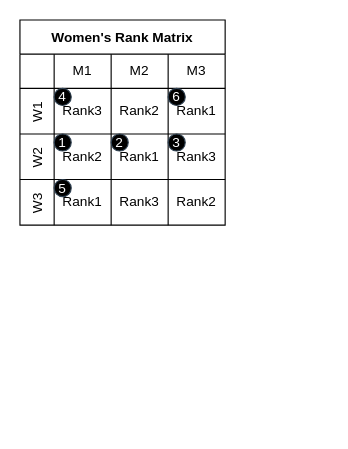
The draw.io diagram AccessPattern.drawio in victorliu-sq/BambooSMP-Figures, before the edit. Source tidied: cells renumbered, new cells numbered last; positions are measured from the earlier drawing's top-left corner, leaving out a move shared by most shapes. Both pictures are drawn from the tidied source at 114%, with x=0, y=0 at pixel (19, 19).
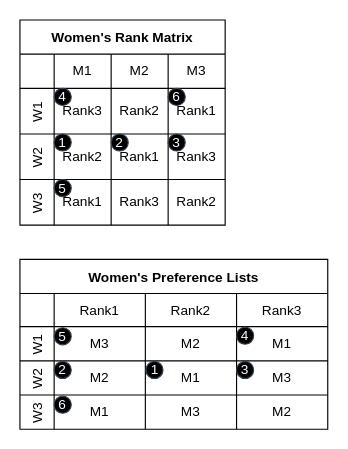
After the change.

Change to the diagram source:
```diff
@@
+    <mxCell id="25" value="Women's Preference Lists" style="shape=table;startSize=30;childLayout=tableLayout;resizeLastRow=0;fontStyle=1;fontSize=12;" parent="1" vertex="1">
+      <mxGeometry y="210" width="270" height="149" as="geometry" />
+    </mxCell>
+    <mxCell id="26" style="shape=tableRow;horizontal=0;startSize=30;swimlaneHead=0;swimlaneBody=0;strokeColor=inherit;top=0;left=0;bottom=0;right=0;fillColor=none;" parent="25" vertex="1">
+      <mxGeometry y="30" width="270" height="29" as="geometry" />
+    </mxCell>
+    <mxCell id="27" value="Rank1" style="shape=partialRectangle;html=1;whiteSpace=wrap;strokeColor=inherit;overflow=hidden;fillColor=none;top=0;left=0;bottom=0;right=0;" parent="26" vertex="1">
+      <mxGeometry x="30" width="80" height="29" as="geometry" />
+    </mxCell>
+    <mxCell id="28" value="Rank2" style="shape=partialRectangle;html=1;whiteSpace=wrap;strokeColor=inherit;overflow=hidden;fillColor=none;top=0;left=0;bottom=0;right=0;" parent="26" vertex="1">
+      <mxGeometry x="110" width="80" height="29" as="geometry" />
+    </mxCell>
+    <mxCell id="29" value="Rank3" style="shape=partialRectangle;html=1;whiteSpace=wrap;strokeColor=inherit;overflow=hidden;fillColor=none;top=0;left=0;bottom=0;right=0;strokeWidth=1;" parent="26" vertex="1">
+      <mxGeometry x="190" width="80" height="29" as="geometry" />
+    </mxCell>
+    <mxCell id="30" value="W1" style="shape=tableRow;horizontal=0;startSize=30;swimlaneHead=0;swimlaneBody=0;strokeColor=inherit;top=0;left=0;bottom=0;right=0;fillColor=none;" parent="25" vertex="1">
+      <mxGeometry y="59" width="270" height="30" as="geometry" />
+    </mxCell>
+    <mxCell id="31" value="M3" style="shape=partialRectangle;html=1;whiteSpace=wrap;strokeColor=inherit;overflow=hidden;fillColor=none;top=0;left=0;bottom=0;right=0;" parent="30" vertex="1">
+      <mxGeometry x="30" width="80" height="30" as="geometry" />
+    </mxCell>
+    <mxCell id="32" value="M2" style="shape=partialRectangle;html=1;whiteSpace=wrap;strokeColor=inherit;overflow=hidden;fillColor=none;top=0;left=0;bottom=0;right=0;" parent="30" vertex="1">
+      <mxGeometry x="110" width="80" height="30" as="geometry" />
+    </mxCell>
+    <mxCell id="33" value="M1" style="shape=partialRectangle;html=1;whiteSpace=wrap;strokeColor=inherit;overflow=hidden;fillColor=none;top=0;left=0;bottom=0;right=0;" parent="30" vertex="1">
+      <mxGeometry x="190" width="80" height="30" as="geometry" />
+    </mxCell>
+    <mxCell id="34" value="W2" style="shape=tableRow;horizontal=0;startSize=30;swimlaneHead=0;swimlaneBody=0;strokeColor=inherit;top=0;left=0;bottom=0;right=0;fillColor=none;" parent="25" vertex="1">
+      <mxGeometry y="89" width="270" height="30" as="geometry" />
+    </mxCell>
+    <mxCell id="35" value="M2" style="shape=partialRectangle;html=1;whiteSpace=wrap;strokeColor=inherit;overflow=hidden;fillColor=none;top=0;left=0;bottom=0;right=0;" parent="34" vertex="1">
+      <mxGeometry x="30" width="80" height="30" as="geometry" />
+    </mxCell>
+    <mxCell id="36" value="M1" style="shape=partialRectangle;html=1;whiteSpace=wrap;strokeColor=inherit;overflow=hidden;fillColor=none;top=0;left=0;bottom=0;right=0;" parent="34" vertex="1">
+      <mxGeometry x="110" width="80" height="30" as="geometry" />
+    </mxCell>
+    <mxCell id="37" value="M3" style="shape=partialRectangle;html=1;whiteSpace=wrap;strokeColor=inherit;overflow=hidden;fillColor=none;top=0;left=0;bottom=0;right=0;" parent="34" vertex="1">
+      <mxGeometry x="190" width="80" height="30" as="geometry" />
+    </mxCell>
+    <mxCell id="38" value="W3" style="shape=tableRow;horizontal=0;startSize=30;swimlaneHead=0;swimlaneBody=0;strokeColor=inherit;top=0;left=0;bottom=0;right=0;fillColor=none;" parent="25" vertex="1">
+      <mxGeometry y="119" width="270" height="30" as="geometry" />
+    </mxCell>
+    <mxCell id="39" value="M1" style="shape=partialRectangle;html=1;whiteSpace=wrap;strokeColor=inherit;overflow=hidden;fillColor=none;top=0;left=0;bottom=0;right=0;" parent="38" vertex="1">
+      <mxGeometry x="30" width="80" height="30" as="geometry" />
+    </mxCell>
+    <mxCell id="40" value="M3" style="shape=partialRectangle;html=1;whiteSpace=wrap;strokeColor=inherit;overflow=hidden;fillColor=none;top=0;left=0;bottom=0;right=0;" parent="38" vertex="1">
+      <mxGeometry x="110" width="80" height="30" as="geometry" />
+    </mxCell>
+    <mxCell id="41" value="M2" style="shape=partialRectangle;html=1;whiteSpace=wrap;strokeColor=inherit;overflow=hidden;fillColor=none;top=0;left=0;bottom=0;right=0;" parent="38" vertex="1">
+      <mxGeometry x="190" width="80" height="30" as="geometry" />
+    </mxCell>
+    <mxCell id="42" value="2" style="ellipse;whiteSpace=wrap;html=1;strokeColor=#314354;align=center;verticalAlign=middle;fontFamily=Helvetica;fontSize=12;fillColor=#000000;fontColor=#ffffff;" parent="1" vertex="1">
+      <mxGeometry x="30" y="299.5" width="15" height="15" as="geometry" />
+    </mxCell>
+    <mxCell id="43" value="1" style="ellipse;whiteSpace=wrap;html=1;strokeColor=#314354;align=center;verticalAlign=middle;fontFamily=Helvetica;fontSize=12;fillColor=#000000;fontColor=#ffffff;" parent="1" vertex="1">
+      <mxGeometry x="110.5" y="299.5" width="15" height="15" as="geometry" />
+    </mxCell>
+    <mxCell id="44" value="3" style="ellipse;whiteSpace=wrap;html=1;strokeColor=#314354;align=center;verticalAlign=middle;fontFamily=Helvetica;fontSize=12;fillColor=#000000;fontColor=#ffffff;" parent="1" vertex="1">
+      <mxGeometry x="190" y="299.5" width="15" height="15" as="geometry" />
+    </mxCell>
+    <mxCell id="45" value="4" style="ellipse;whiteSpace=wrap;html=1;strokeColor=#314354;align=center;verticalAlign=middle;fontFamily=Helvetica;fontSize=12;fillColor=#000000;fontColor=#ffffff;" parent="1" vertex="1">
+      <mxGeometry x="190" y="269.5" width="15" height="15" as="geometry" />
+    </mxCell>
+    <mxCell id="46" value="5" style="ellipse;whiteSpace=wrap;html=1;strokeColor=#314354;align=center;verticalAlign=middle;fontFamily=Helvetica;fontSize=12;fillColor=#000000;fontColor=#ffffff;" parent="1" vertex="1">
+      <mxGeometry x="30" y="270" width="15" height="15" as="geometry" />
+    </mxCell>
+    <mxCell id="47" value="6" style="ellipse;whiteSpace=wrap;html=1;strokeColor=#314354;align=center;verticalAlign=middle;fontFamily=Helvetica;fontSize=12;fillColor=#000000;fontColor=#ffffff;" parent="1" vertex="1">
+      <mxGeometry x="30" y="330" width="15" height="15" as="geometry" />
+    </mxCell>
```
